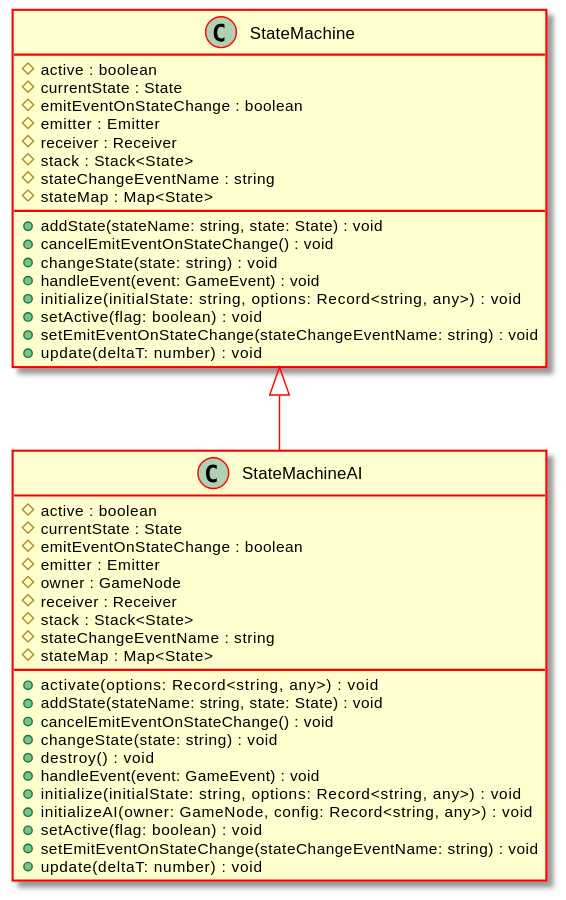
Above: docs/api/assets/StateMachineAI-umlClassDiagram-66.svg in Test123938/Test2 (PlantUML), before the change.
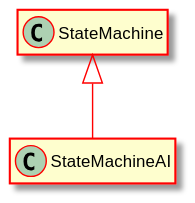
The same file after the commit.

What changed in the source:
```diff
@@ -5,44 +5,8 @@
 hide empty methods
 hide empty fields
 class "StateMachineAI" {
-    #active : boolean
-    #currentState : State
-    #emitEventOnStateChange : boolean
-    #emitter : Emitter
-    #owner : GameNode
-    #receiver : Receiver
-    #stack : Stack<State>
-    #stateChangeEventName : string
-    #stateMap : Map<State>
-    +activate(options: Record<string, any>) : void
-    +addState(stateName: string, state: State) : void
-    +cancelEmitEventOnStateChange() : void
-    +changeState(state: string) : void
-    +destroy() : void
-    +handleEvent(event: GameEvent) : void
-    +initialize(initialState: string, options: Record<string, any>) : void
-    +initializeAI(owner: GameNode, config: Record<string, any>) : void
-    +setActive(flag: boolean) : void
-    +setEmitEventOnStateChange(stateChangeEventName: string) : void
-    +update(deltaT: number) : void
 }
 class "StateMachine" {
-    #active : boolean
-    #currentState : State
-    #emitEventOnStateChange : boolean
-    #emitter : Emitter
-    #receiver : Receiver
-    #stack : Stack<State>
-    #stateChangeEventName : string
-    #stateMap : Map<State>
-    +addState(stateName: string, state: State) : void
-    +cancelEmitEventOnStateChange() : void
-    +changeState(state: string) : void
-    +handleEvent(event: GameEvent) : void
-    +initialize(initialState: string, options: Record<string, any>) : void
-    +setActive(flag: boolean) : void
-    +setEmitEventOnStateChange(stateChangeEventName: string) : void
-    +update(deltaT: number) : void
 }
 "StateMachine" <|-- "StateMachineAI"
 @enduml
```
